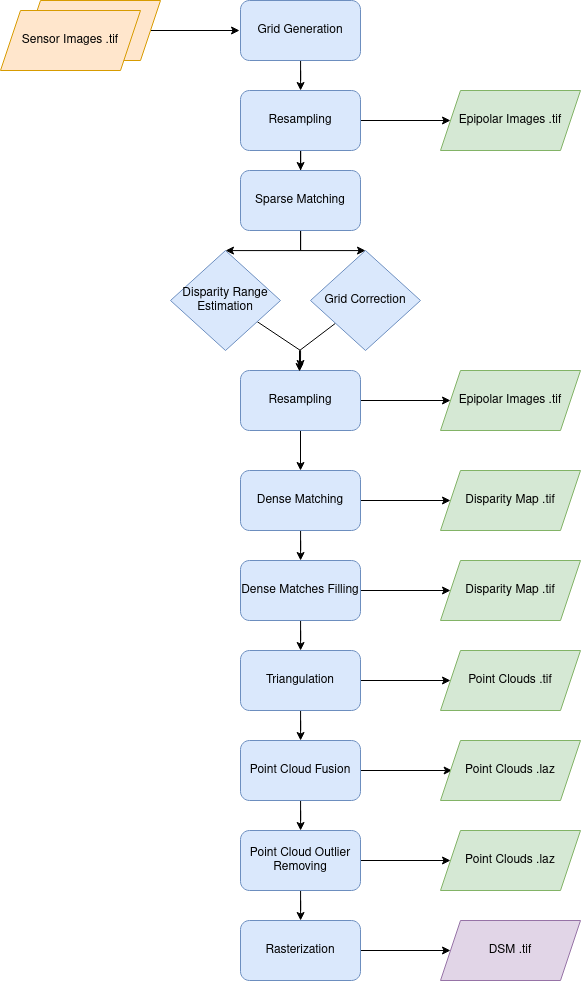
CNES/cars keeps this draw.io diagram as docs/source/images/cars_pipeline_sensor2dsm.png. Above is the earlier version. Source tidied: cells renumbered, new cells last; positions are measured from the earlier drawing's top-left corner, leaving out a move shared by most shapes. Source of this version:
```xml
<mxGraphModel>
  <root>
    <mxCell id="0" />
    <mxCell id="1" parent="0" />
    <mxCell id="2" style="edgeStyle=orthogonalEdgeStyle;rounded=0;jettySize=auto;html=1;entryX=-0.008;entryY=0.5;entryDx=0;entryDy=0;entryPerimeter=0;strokeWidth=1;" parent="1" edge="1" source="3" target="5">
      <mxGeometry relative="1" as="geometry" />
    </mxCell>
    <mxCell id="3" style="shape=parallelogram;perimeter=parallelogramPerimeter;whiteSpace=wrap;html=1;fixedSize=1;fillColor=#ffe6cc;strokeColor=#d79b00;" parent="1" vertex="1">
      <mxGeometry x="20" width="140" height="60" as="geometry" />
    </mxCell>
    <mxCell id="4" style="edgeStyle=orthogonalEdgeStyle;rounded=0;jettySize=auto;html=1;strokeWidth=1;" parent="1" edge="1" source="5" target="8">
      <mxGeometry relative="1" as="geometry" />
    </mxCell>
    <mxCell id="5" value="Grid Generation" style="rounded=1;whiteSpace=wrap;html=1;fillColor=#dae8fc;strokeColor=#6c8ebf;" parent="1" vertex="1">
      <mxGeometry x="240" width="120" height="60" as="geometry" />
    </mxCell>
    <mxCell id="6" style="edgeStyle=orthogonalEdgeStyle;rounded=0;jettySize=auto;html=1;strokeWidth=1;" parent="1" edge="1" source="8" target="11">
      <mxGeometry relative="1" as="geometry" />
    </mxCell>
    <mxCell id="7" style="edgeStyle=orthogonalEdgeStyle;rounded=0;jettySize=auto;html=1;strokeWidth=1;" parent="1" edge="1" source="8" target="34">
      <mxGeometry relative="1" as="geometry" />
    </mxCell>
    <mxCell id="8" value="Resampling" style="rounded=1;whiteSpace=wrap;html=1;fillColor=#dae8fc;strokeColor=#6c8ebf;" parent="1" vertex="1">
      <mxGeometry x="240" y="90" width="120" height="60" as="geometry" />
    </mxCell>
    <mxCell id="9" style="edgeStyle=orthogonalEdgeStyle;rounded=0;jettySize=auto;html=1;strokeWidth=1;" parent="1" edge="1" source="11" target="25">
      <mxGeometry relative="1" as="geometry" />
    </mxCell>
    <mxCell id="10" style="edgeStyle=orthogonalEdgeStyle;rounded=0;jettySize=auto;html=1;strokeWidth=1;" parent="1" edge="1" source="11" target="38">
      <mxGeometry relative="1" as="geometry" />
    </mxCell>
    <mxCell id="11" value="Sparse Matching" style="rounded=1;whiteSpace=wrap;html=1;fillColor=#dae8fc;strokeColor=#6c8ebf;" parent="1" vertex="1">
      <mxGeometry x="240" y="170" width="120" height="60" as="geometry" />
    </mxCell>
    <mxCell id="12" style="edgeStyle=orthogonalEdgeStyle;rounded=0;jettySize=auto;html=1;strokeWidth=1;" parent="1" edge="1" source="14" target="17">
      <mxGeometry relative="1" as="geometry" />
    </mxCell>
    <mxCell id="13" style="edgeStyle=orthogonalEdgeStyle;rounded=0;jettySize=auto;html=1;strokeWidth=1;" parent="1" edge="1" source="14" target="39">
      <mxGeometry relative="1" as="geometry" />
    </mxCell>
    <mxCell id="14" value="Triangulation" style="rounded=1;whiteSpace=wrap;html=1;fillColor=#dae8fc;strokeColor=#6c8ebf;" parent="1" vertex="1">
      <mxGeometry x="240" y="650" width="120" height="60" as="geometry" />
    </mxCell>
    <mxCell id="15" style="edgeStyle=orthogonalEdgeStyle;rounded=0;jettySize=auto;html=1;strokeWidth=1;" parent="1" edge="1" source="17" target="28">
      <mxGeometry relative="1" as="geometry" />
    </mxCell>
    <mxCell id="16" style="edgeStyle=orthogonalEdgeStyle;rounded=0;jettySize=auto;html=1;entryX=0.083;entryY=0.5;entryDx=0;entryDy=0;entryPerimeter=0;strokeWidth=1;" parent="1" edge="1" source="17" target="32">
      <mxGeometry relative="1" as="geometry" />
    </mxCell>
    <mxCell id="17" value="Point Cloud Fusion" style="rounded=1;whiteSpace=wrap;html=1;fillColor=#dae8fc;strokeColor=#6c8ebf;" parent="1" vertex="1">
      <mxGeometry x="240" y="740" width="120" height="60" as="geometry" />
    </mxCell>
    <mxCell id="18" style="edgeStyle=orthogonalEdgeStyle;rounded=0;jettySize=auto;html=1;strokeWidth=1;" parent="1" edge="1" source="20" target="36">
      <mxGeometry relative="1" as="geometry" />
    </mxCell>
    <mxCell id="19" style="edgeStyle=orthogonalEdgeStyle;rounded=0;jettySize=auto;html=1;strokeWidth=1;" parent="1" edge="1" source="20" target="43">
      <mxGeometry relative="1" as="geometry" />
    </mxCell>
    <mxCell id="20" value="Dense Matching" style="rounded=1;whiteSpace=wrap;html=1;fillColor=#dae8fc;strokeColor=#6c8ebf;" parent="1" vertex="1">
      <mxGeometry x="240" y="470" width="120" height="60" as="geometry" />
    </mxCell>
    <mxCell id="21" style="edgeStyle=orthogonalEdgeStyle;rounded=0;jettySize=auto;html=1;strokeWidth=1;" parent="1" edge="1" source="23" target="20">
      <mxGeometry relative="1" as="geometry" />
    </mxCell>
    <mxCell id="22" style="edgeStyle=orthogonalEdgeStyle;rounded=0;jettySize=auto;html=1;strokeWidth=1;" parent="1" edge="1" source="23" target="35">
      <mxGeometry relative="1" as="geometry" />
    </mxCell>
    <mxCell id="23" value="Resampling" style="rounded=1;whiteSpace=wrap;html=1;fillColor=#dae8fc;strokeColor=#6c8ebf;" parent="1" vertex="1">
      <mxGeometry x="240" y="370" width="120" height="60" as="geometry" />
    </mxCell>
    <mxCell id="24" style="edgeStyle=orthogonalEdgeStyle;rounded=0;jettySize=auto;html=1;entryX=0.5;entryY=-0.033;entryDx=0;entryDy=0;entryPerimeter=0;strokeWidth=1;" parent="1" edge="1" source="25" target="23">
      <mxGeometry relative="1" as="geometry">
        <Array as="points">
          <mxPoint x="300" y="350" />
        </Array>
      </mxGeometry>
    </mxCell>
    <mxCell id="25" value="Disparity Range Estimation" style="rhombus;whiteSpace=wrap;html=1;fillColor=#dae8fc;strokeColor=#6c8ebf;" parent="1" vertex="1">
      <mxGeometry x="170" y="250" width="110" height="100" as="geometry" />
    </mxCell>
    <mxCell id="26" style="edgeStyle=orthogonalEdgeStyle;rounded=0;jettySize=auto;html=1;strokeWidth=1;" parent="1" edge="1" source="28" target="30">
      <mxGeometry relative="1" as="geometry" />
    </mxCell>
    <mxCell id="27" style="edgeStyle=orthogonalEdgeStyle;rounded=0;jettySize=auto;html=1;strokeWidth=1;" parent="1" edge="1" source="28" target="33">
      <mxGeometry relative="1" as="geometry" />
    </mxCell>
    <mxCell id="28" value="Point Cloud Outlier Removing" style="rounded=1;whiteSpace=wrap;html=1;fillColor=#dae8fc;strokeColor=#6c8ebf;" parent="1" vertex="1">
      <mxGeometry x="240" y="830" width="120" height="60" as="geometry" />
    </mxCell>
    <mxCell id="29" style="edgeStyle=orthogonalEdgeStyle;rounded=0;jettySize=auto;html=1;strokeWidth=1;" parent="1" edge="1" source="30" target="31">
      <mxGeometry relative="1" as="geometry" />
    </mxCell>
    <mxCell id="30" value="Rasterization" style="rounded=1;whiteSpace=wrap;html=1;fillColor=#dae8fc;strokeColor=#6c8ebf;" parent="1" vertex="1">
      <mxGeometry x="240" y="920" width="120" height="60" as="geometry" />
    </mxCell>
    <mxCell id="31" value="DSM .tif" style="shape=parallelogram;perimeter=parallelogramPerimeter;whiteSpace=wrap;html=1;fixedSize=1;fillColor=#e1d5e7;strokeColor=#9673a6;" parent="1" vertex="1">
      <mxGeometry x="440" y="920" width="140" height="60" as="geometry" />
    </mxCell>
    <mxCell id="32" value="Point Clouds .laz" style="shape=parallelogram;perimeter=parallelogramPerimeter;whiteSpace=wrap;html=1;fixedSize=1;fillColor=#d5e8d4;strokeColor=#82b366;" parent="1" vertex="1">
      <mxGeometry x="440" y="740" width="140" height="60" as="geometry" />
    </mxCell>
    <mxCell id="33" value="Point Clouds .laz" style="shape=parallelogram;perimeter=parallelogramPerimeter;whiteSpace=wrap;html=1;fixedSize=1;fillColor=#d5e8d4;strokeColor=#82b366;" parent="1" vertex="1">
      <mxGeometry x="440" y="830" width="140" height="60" as="geometry" />
    </mxCell>
    <mxCell id="34" value="Epipolar Images .tif" style="shape=parallelogram;perimeter=parallelogramPerimeter;whiteSpace=wrap;html=1;fixedSize=1;fillColor=#d5e8d4;strokeColor=#82b366;" parent="1" vertex="1">
      <mxGeometry x="440" y="90" width="140" height="60" as="geometry" />
    </mxCell>
    <mxCell id="35" value="Epipolar Images .tif" style="shape=parallelogram;perimeter=parallelogramPerimeter;whiteSpace=wrap;html=1;fixedSize=1;fillColor=#d5e8d4;strokeColor=#82b366;" parent="1" vertex="1">
      <mxGeometry x="440" y="370" width="140" height="60" as="geometry" />
    </mxCell>
    <mxCell id="36" value="Disparity Map .tif" style="shape=parallelogram;perimeter=parallelogramPerimeter;whiteSpace=wrap;html=1;fixedSize=1;fillColor=#d5e8d4;strokeColor=#82b366;" parent="1" vertex="1">
      <mxGeometry x="440" y="470" width="140" height="60" as="geometry" />
    </mxCell>
    <mxCell id="37" style="edgeStyle=orthogonalEdgeStyle;rounded=0;jettySize=auto;html=1;entryX=0.492;entryY=0.017;entryDx=0;entryDy=0;entryPerimeter=0;strokeWidth=1;" parent="1" edge="1" source="38" target="23">
      <mxGeometry relative="1" as="geometry">
        <Array as="points">
          <mxPoint x="299" y="350" />
        </Array>
      </mxGeometry>
    </mxCell>
    <mxCell id="38" value="Grid Correction" style="rhombus;whiteSpace=wrap;html=1;fillColor=#dae8fc;strokeColor=#6c8ebf;" parent="1" vertex="1">
      <mxGeometry x="310" y="250" width="110" height="100" as="geometry" />
    </mxCell>
    <mxCell id="39" value="Point Clouds .tif" style="shape=parallelogram;perimeter=parallelogramPerimeter;whiteSpace=wrap;html=1;fixedSize=1;fillColor=#d5e8d4;strokeColor=#82b366;" parent="1" vertex="1">
      <mxGeometry x="440" y="650" width="140" height="60" as="geometry" />
    </mxCell>
    <mxCell id="40" value="Sensor Images .tif" style="shape=parallelogram;perimeter=parallelogramPerimeter;whiteSpace=wrap;html=1;fixedSize=1;fillColor=#ffe6cc;strokeColor=#d79b00;" parent="1" vertex="1">
      <mxGeometry y="10" width="140" height="60" as="geometry" />
    </mxCell>
    <mxCell id="41" style="edgeStyle=orthogonalEdgeStyle;rounded=0;jettySize=auto;html=1;strokeWidth=1;" parent="1" edge="1" source="43" target="44">
      <mxGeometry relative="1" as="geometry" />
    </mxCell>
    <mxCell id="42" style="edgeStyle=orthogonalEdgeStyle;rounded=0;jettySize=auto;html=1;strokeWidth=1;" parent="1" edge="1" source="43" target="14">
      <mxGeometry relative="1" as="geometry" />
    </mxCell>
    <mxCell id="43" value="Dense Matches Filling" style="rounded=1;whiteSpace=wrap;html=1;fillColor=#dae8fc;strokeColor=#6c8ebf;" parent="1" vertex="1">
      <mxGeometry x="240" y="560" width="120" height="60" as="geometry" />
    </mxCell>
    <mxCell id="44" value="Disparity Map .tif" style="shape=parallelogram;perimeter=parallelogramPerimeter;whiteSpace=wrap;html=1;fixedSize=1;fillColor=#d5e8d4;strokeColor=#82b366;" parent="1" vertex="1">
      <mxGeometry x="440" y="560" width="140" height="60" as="geometry" />
    </mxCell>
  </root>
</mxGraphModel>
```
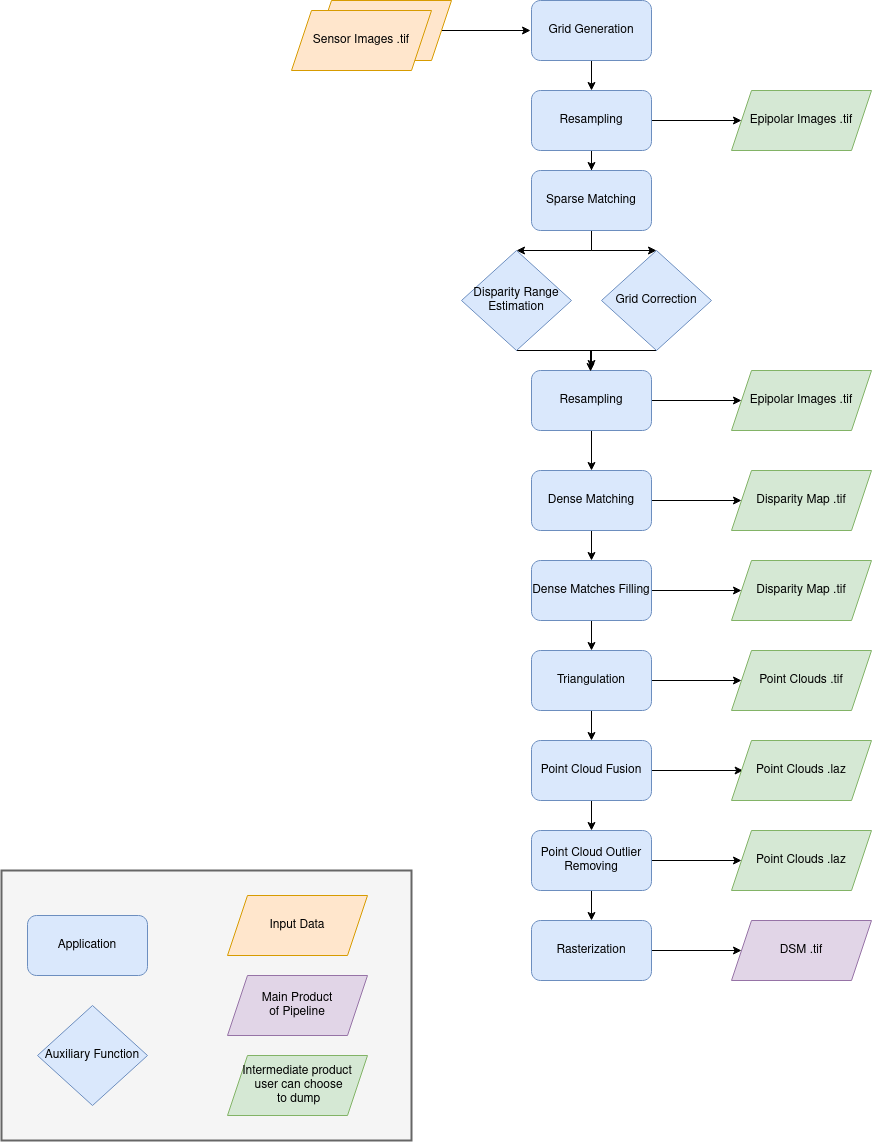
Later version of the same file.

Diff of the diagram source:
```diff
@@ -139,5 +139,26 @@
     <mxCell id="44" value="Disparity Map .tif" style="shape=parallelogram;perimeter=parallelogramPerimeter;whiteSpace=wrap;html=1;fixedSize=1;fillColor=#d5e8d4;strokeColor=#82b366;" parent="1" vertex="1">
       <mxGeometry x="440" y="560" width="140" height="60" as="geometry" />
     </mxCell>
+    <mxCell id="45" style="group;" parent="1" vertex="1">
+      <mxGeometry x="-290" y="870" width="410" height="270" as="geometry" />
+    </mxCell>
+    <mxCell id="46" style="rounded=0;whiteSpace=wrap;html=1;fillColor=#f5f5f5;fontColor=#333333;strokeColor=#666666;strokeWidth=2;" parent="45" vertex="1">
+      <mxGeometry width="410" height="270" as="geometry" />
+    </mxCell>
+    <mxCell id="47" value="Application" style="rounded=1;whiteSpace=wrap;html=1;fillColor=#dae8fc;strokeColor=#6c8ebf;" parent="45" vertex="1">
+      <mxGeometry x="26" y="45" width="120" height="60" as="geometry" />
+    </mxCell>
+    <mxCell id="48" value="&lt;div&gt;Main Product &lt;br&gt;&lt;/div&gt;&lt;div&gt;of Pipeline&lt;/div&gt;" style="shape=parallelogram;perimeter=parallelogramPerimeter;whiteSpace=wrap;html=1;fixedSize=1;fillColor=#e1d5e7;strokeColor=#9673a6;" parent="45" vertex="1">
+      <mxGeometry x="226" y="105" width="140" height="60" as="geometry" />
+    </mxCell>
+    <mxCell id="49" value="&lt;div&gt;Intermediate product&lt;/div&gt;&lt;div&gt;&amp;nbsp;user can choose&lt;/div&gt;&lt;div&gt;&amp;nbsp;to dump&lt;/div&gt;" style="shape=parallelogram;perimeter=parallelogramPerimeter;whiteSpace=wrap;html=1;fixedSize=1;fillColor=#d5e8d4;strokeColor=#82b366;" parent="45" vertex="1">
+      <mxGeometry x="226" y="185" width="140" height="60" as="geometry" />
+    </mxCell>
+    <mxCell id="50" value="Input Data" style="shape=parallelogram;perimeter=parallelogramPerimeter;whiteSpace=wrap;html=1;fixedSize=1;fillColor=#ffe6cc;strokeColor=#d79b00;" parent="45" vertex="1">
+      <mxGeometry x="226" y="25" width="140" height="60" as="geometry" />
+    </mxCell>
+    <mxCell id="51" value="Auxiliary Function" style="rhombus;whiteSpace=wrap;html=1;fillColor=#dae8fc;strokeColor=#6c8ebf;" parent="45" vertex="1">
+      <mxGeometry x="36" y="135" width="110" height="100" as="geometry" />
+    </mxCell>
   </root>
 </mxGraphModel>
```
